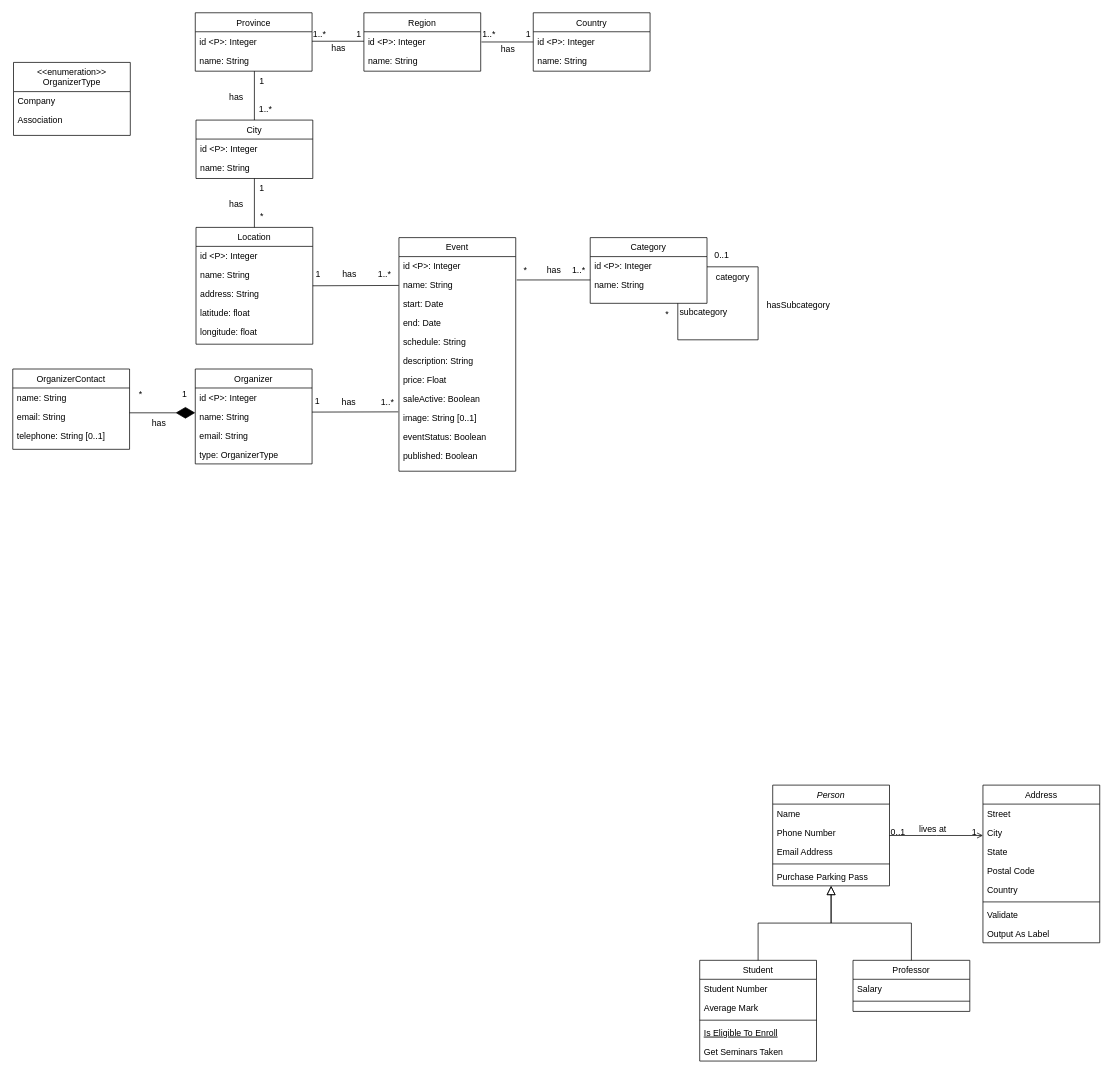
The draw.io diagram conceptual-diagram.drawio in danielpilot/event-database, before the edit. Source tidied: cells renumbered, new cells numbered last; positions are measured from the earlier drawing's top-left corner, leaving out a move shared by most shapes. Both pictures are drawn from the tidied source at 73%, with x=0, y=0 at pixel (12, 12).
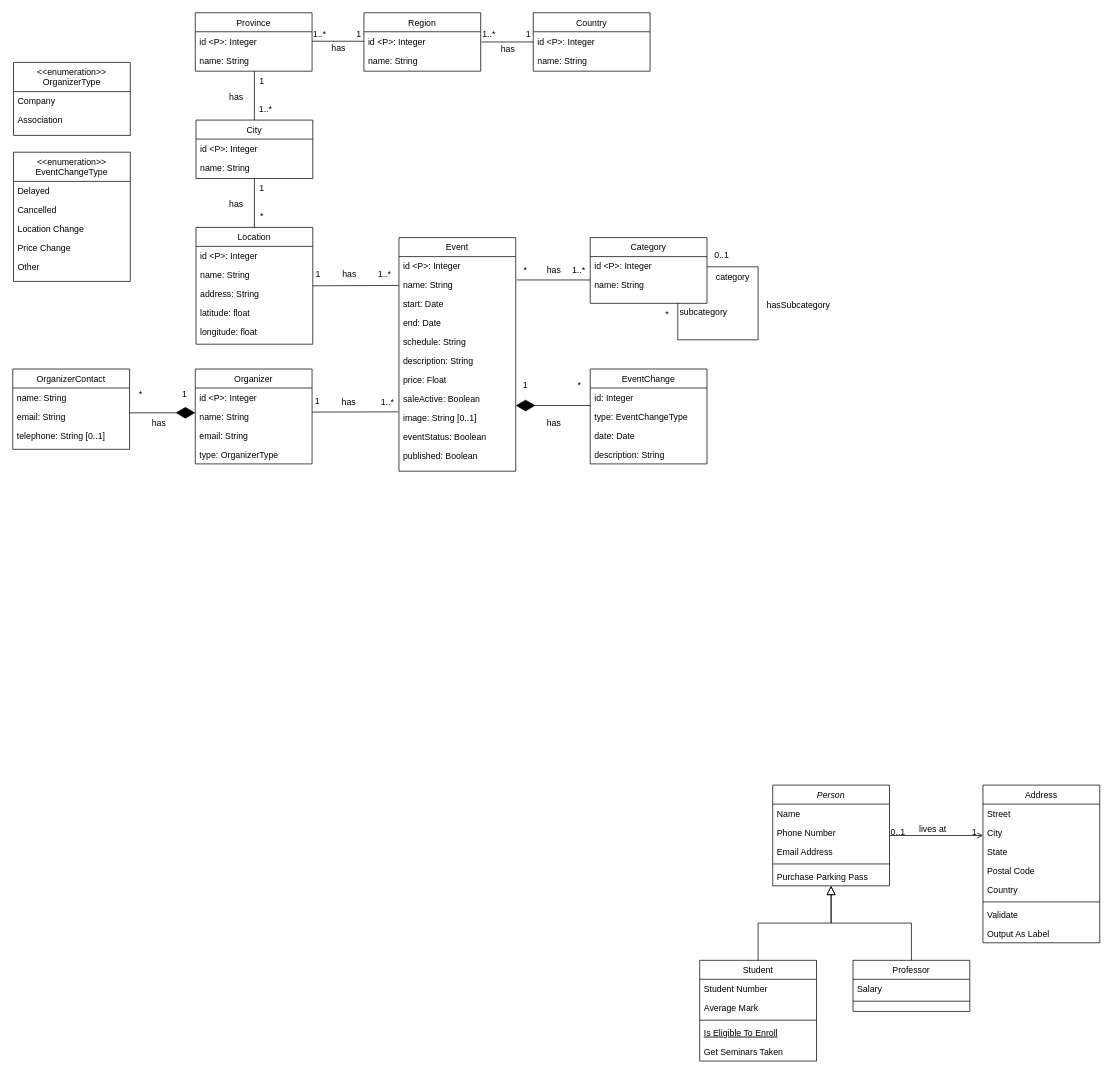
The same page after the edit.

What changed in the source:
```diff
@@
+    <mxCell id="118" value="EventChange" style="swimlane;fontStyle=0;align=center;verticalAlign=top;horizontal=1;startSize=26;rounded=0;shadow=0;strokeWidth=1;" parent="1" vertex="1">
+      <mxGeometry x="791" y="488" width="160" height="130" as="geometry" />
+    </mxCell>
+    <mxCell id="119" value="id: Integer" style="text;align=left;verticalAlign=top;spacingLeft=4;spacingRight=4;overflow=hidden;" parent="118" vertex="1">
+      <mxGeometry y="26" width="160" height="26" as="geometry" />
+    </mxCell>
+    <mxCell id="120" value="type: EventChangeType" style="text;align=left;verticalAlign=top;spacingLeft=4;spacingRight=4;overflow=hidden;rounded=0;shadow=0;html=0;" parent="118" vertex="1">
+      <mxGeometry y="52" width="160" height="26" as="geometry" />
+    </mxCell>
+    <mxCell id="121" value="date: Date" style="text;align=left;verticalAlign=top;spacingLeft=4;spacingRight=4;overflow=hidden;rounded=0;shadow=0;html=0;" parent="118" vertex="1">
+      <mxGeometry y="78" width="160" height="26" as="geometry" />
+    </mxCell>
+    <mxCell id="122" value="description: String" style="text;align=left;verticalAlign=top;spacingLeft=4;spacingRight=4;overflow=hidden;rounded=0;shadow=0;html=0;" parent="118" vertex="1">
+      <mxGeometry y="104" width="160" height="26" as="geometry" />
+    </mxCell>
+    <mxCell id="123" style="endArrow=diamondThin;endFill=1;endSize=24;html=1;rounded=0;entryX=0.985;entryY=-0.154;entryDx=0;entryDy=0;entryPerimeter=0;" parent="1" edge="1">
+      <mxGeometry relative="1" as="geometry">
+        <mxPoint x="791" y="538" as="sourcePoint" />
+        <mxPoint x="689" y="538" as="targetPoint" />
+      </mxGeometry>
+    </mxCell>
+    <mxCell id="124" value="1" style="text;html=1;align=center;verticalAlign=middle;strokeColor=none;fillColor=none;" parent="1" vertex="1">
+      <mxGeometry x="687" y="496" width="30" height="30" as="geometry" />
+    </mxCell>
+    <mxCell id="125" value="*" style="text;html=1;align=center;verticalAlign=middle;strokeColor=none;fillColor=none;" parent="1" vertex="1">
+      <mxGeometry x="761" y="496" width="30" height="30" as="geometry" />
+    </mxCell>
+    <mxCell id="126" value="has" style="text;html=1;align=center;verticalAlign=middle;strokeColor=none;fillColor=none;" parent="1" vertex="1">
+      <mxGeometry x="721" y="548" width="40" height="30" as="geometry" />
+    </mxCell>
+    <mxCell id="127" value="&lt;&lt;enumeration&gt;&gt;&#10;EventChangeType&#10;" style="swimlane;fontStyle=0;align=center;verticalAlign=top;horizontal=1;startSize=40;rounded=0;shadow=0;strokeWidth=1;" parent="1" vertex="1">
+      <mxGeometry x="1" y="191" width="160" height="177" as="geometry" />
+    </mxCell>
+    <mxCell id="128" value="Delayed" style="text;align=left;verticalAlign=top;spacingLeft=4;spacingRight=4;overflow=hidden;" parent="127" vertex="1">
+      <mxGeometry y="40" width="160" height="26" as="geometry" />
+    </mxCell>
+    <mxCell id="129" value="Cancelled" style="text;align=left;verticalAlign=top;spacingLeft=4;spacingRight=4;overflow=hidden;rounded=0;shadow=0;html=0;" parent="127" vertex="1">
+      <mxGeometry y="66" width="160" height="26" as="geometry" />
+    </mxCell>
+    <mxCell id="130" value="Location Change" style="text;align=left;verticalAlign=top;spacingLeft=4;spacingRight=4;overflow=hidden;rounded=0;shadow=0;html=0;" parent="127" vertex="1">
+      <mxGeometry y="92" width="160" height="26" as="geometry" />
+    </mxCell>
+    <mxCell id="131" value="Price Change" style="text;align=left;verticalAlign=top;spacingLeft=4;spacingRight=4;overflow=hidden;rounded=0;shadow=0;html=0;" parent="127" vertex="1">
+      <mxGeometry y="118" width="160" height="26" as="geometry" />
+    </mxCell>
+    <mxCell id="132" value="Other" style="text;align=left;verticalAlign=top;spacingLeft=4;spacingRight=4;overflow=hidden;rounded=0;shadow=0;html=0;" parent="127" vertex="1">
+      <mxGeometry y="144" width="160" height="26" as="geometry" />
+    </mxCell>
```
